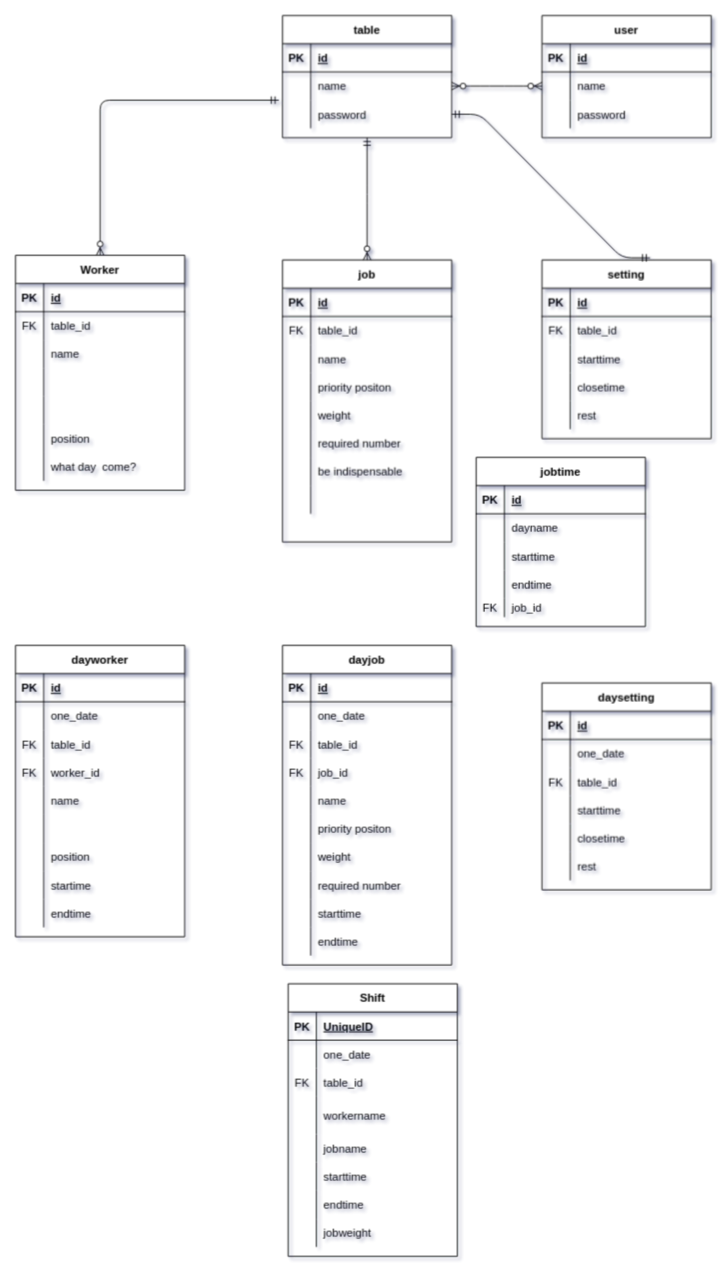
The draw.io diagram 論文構想/ER図.drawio in shugoY45/portfolio, before the edit. Source tidied: cells renumbered, new cells numbered last; positions are measured from the earlier drawing's top-left corner, leaving out a move shared by most shapes. Both pictures are drawn from the tidied source at 94%, with x=0, y=0 at pixel (15, 15).
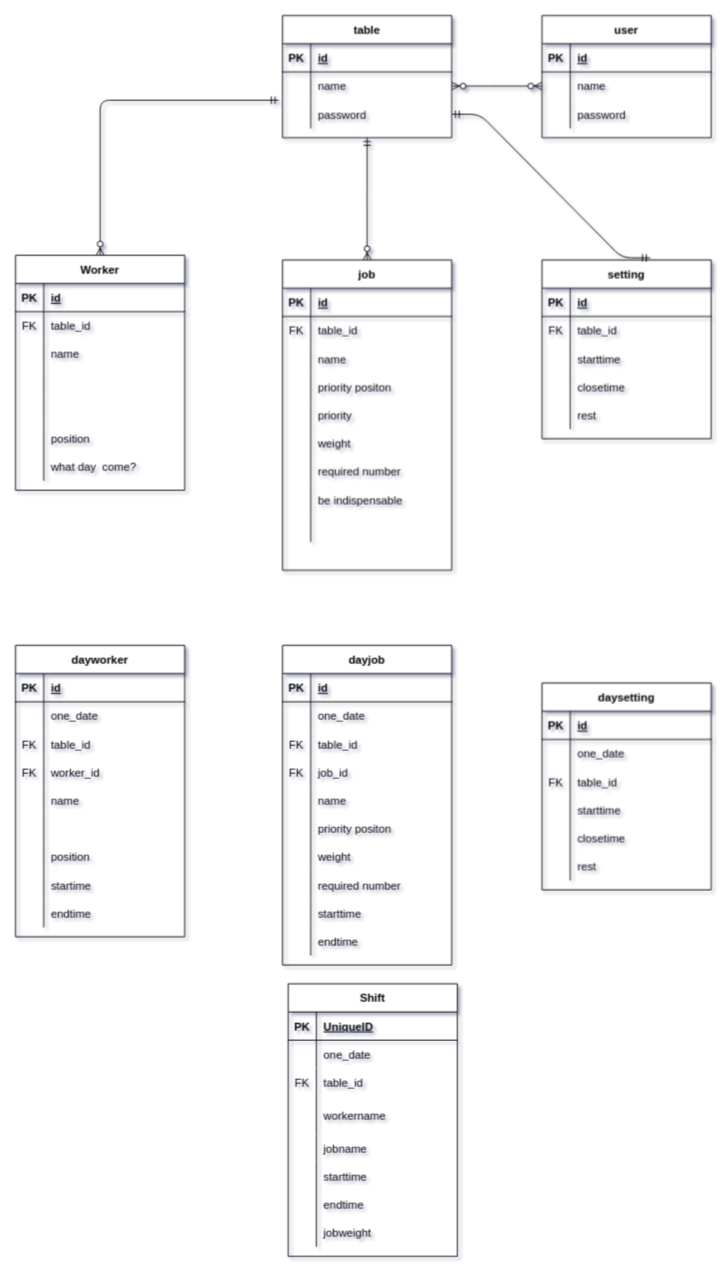
Above is the later version.

What changed in the source:
```diff
@@
     <mxCell id="2" value="job" style="shape=table;startSize=30;childLayout=tableLayout;rowLines=0;fontStyle=1;align=center;" parent="1" vertex="1">
-      <mxGeometry x="284" y="260" width="180" height="300" as="geometry" />
+      <mxGeometry x="284" y="260" width="180" height="330" as="geometry" />
     </mxCell>
@@
+    <mxCell id="208" style="shape=partialRectangle;fillColor=none;top=0;left=0;bottom=0;right=0;" parent="2" vertex="1">
+      <mxGeometry y="150" width="180" height="30" as="geometry" />
+    </mxCell>
+    <mxCell id="209" style="shape=partialRectangle;fillColor=none;top=0;left=0;bottom=0;right=0;overflow=hidden;" parent="208" vertex="1">
+      <mxGeometry width="30" height="30" as="geometry" />
+    </mxCell>
+    <mxCell id="210" value="priority" style="shape=partialRectangle;fillColor=none;top=0;left=0;bottom=0;right=0;align=left;spacingLeft=6;overflow=hidden;" parent="208" vertex="1">
+      <mxGeometry x="30" width="150" height="30" as="geometry" />
+    </mxCell>
     <mxCell id="15" style="shape=partialRectangle;fillColor=none;top=0;left=0;bottom=0;right=0;" parent="2" vertex="1">
-      <mxGeometry y="150" width="180" height="30" as="geometry" />
+      <mxGeometry y="180" width="180" height="30" as="geometry" />
     </mxCell>
@@
     <mxCell id="18" style="shape=partialRectangle;fillColor=none;top=0;left=0;bottom=0;right=0;" parent="2" vertex="1">
-      <mxGeometry y="180" width="180" height="30" as="geometry" />
+      <mxGeometry y="210" width="180" height="30" as="geometry" />
     </mxCell>
@@
     <mxCell id="21" style="shape=partialRectangle;fillColor=none;top=0;left=0;bottom=0;right=0;" parent="2" vertex="1">
-      <mxGeometry y="210" width="180" height="30" as="geometry" />
+      <mxGeometry y="240" width="180" height="30" as="geometry" />
     </mxCell>
@@
     <mxCell id="24" style="shape=partialRectangle;fillColor=none;top=0;left=0;bottom=0;right=0;" parent="2" vertex="1">
-      <mxGeometry y="240" width="180" height="30" as="geometry" />
+      <mxGeometry y="270" width="180" height="30" as="geometry" />
     </mxCell>
@@
-    <mxCell id="89" value="jobtime" style="shape=table;startSize=30;childLayout=tableLayout;rowLines=0;fontStyle=1;align=center;" parent="1" vertex="1">
-      <mxGeometry x="490" y="470" width="180" height="180" as="geometry" />
-    </mxCell>
-    <mxCell id="90" style="shape=partialRectangle;fillColor=none;top=0;left=0;bottom=1;right=0;" parent="89" vertex="1">
-      <mxGeometry y="30" width="180" height="30" as="geometry" />
-    </mxCell>
-    <mxCell id="91" value="PK" style="shape=partialRectangle;fillColor=none;top=0;left=0;bottom=0;right=0;fontStyle=1;overflow=hidden;" parent="90" vertex="1">
-      <mxGeometry width="30" height="30" as="geometry" />
-    </mxCell>
-    <mxCell id="92" value="id" style="shape=partialRectangle;fillColor=none;top=0;left=0;bottom=0;right=0;align=left;spacingLeft=6;fontStyle=5;overflow=hidden;" parent="90" vertex="1">
-      <mxGeometry x="30" width="150" height="30" as="geometry" />
-    </mxCell>
-    <mxCell id="93" style="shape=partialRectangle;fillColor=none;top=0;left=0;bottom=0;right=0;" parent="89" vertex="1">
-      <mxGeometry y="60" width="180" height="30" as="geometry" />
-    </mxCell>
-    <mxCell id="94" style="shape=partialRectangle;fillColor=none;top=0;left=0;bottom=0;right=0;overflow=hidden;" parent="93" vertex="1">
-      <mxGeometry width="30" height="30" as="geometry" />
-    </mxCell>
-    <mxCell id="95" value="dayname" style="shape=partialRectangle;fillColor=none;top=0;left=0;bottom=0;right=0;align=left;spacingLeft=6;overflow=hidden;" parent="93" vertex="1">
-      <mxGeometry x="30" width="150" height="30" as="geometry" />
-    </mxCell>
-    <mxCell id="96" style="shape=partialRectangle;fillColor=none;top=0;left=0;bottom=0;right=0;" parent="89" vertex="1">
-      <mxGeometry y="90" width="180" height="30" as="geometry" />
-    </mxCell>
-    <mxCell id="97" style="shape=partialRectangle;fillColor=none;top=0;left=0;bottom=0;right=0;overflow=hidden;" parent="96" vertex="1">
-      <mxGeometry width="30" height="30" as="geometry" />
-    </mxCell>
-    <mxCell id="98" value="starttime" style="shape=partialRectangle;fillColor=none;top=0;left=0;bottom=0;right=0;align=left;spacingLeft=6;overflow=hidden;" parent="96" vertex="1">
-      <mxGeometry x="30" width="150" height="30" as="geometry" />
-    </mxCell>
-    <mxCell id="99" style="shape=partialRectangle;fillColor=none;top=0;left=0;bottom=0;right=0;" parent="89" vertex="1">
-      <mxGeometry y="120" width="180" height="30" as="geometry" />
-    </mxCell>
-    <mxCell id="100" style="shape=partialRectangle;fillColor=none;top=0;left=0;bottom=0;right=0;overflow=hidden;" parent="99" vertex="1">
-      <mxGeometry width="30" height="30" as="geometry" />
-    </mxCell>
-    <mxCell id="101" value="endtime" style="shape=partialRectangle;fillColor=none;top=0;left=0;bottom=0;right=0;align=left;spacingLeft=6;overflow=hidden;" parent="99" vertex="1">
-      <mxGeometry x="30" width="150" height="30" as="geometry" />
-    </mxCell>
-    <mxCell id="102" style="shape=partialRectangle;fillColor=none;top=0;left=0;bottom=0;right=0;" parent="89" vertex="1">
-      <mxGeometry y="150" width="180" height="20" as="geometry" />
-    </mxCell>
-    <mxCell id="103" value="FK" style="shape=partialRectangle;fillColor=none;top=0;left=0;bottom=0;right=0;overflow=hidden;" parent="102" vertex="1">
-      <mxGeometry width="30" height="20" as="geometry" />
-    </mxCell>
-    <mxCell id="104" value="job_id" style="shape=partialRectangle;fillColor=none;top=0;left=0;bottom=0;right=0;align=left;spacingLeft=6;overflow=hidden;" parent="102" vertex="1">
-      <mxGeometry x="30" width="150" height="20" as="geometry" />
-    </mxCell>
```
